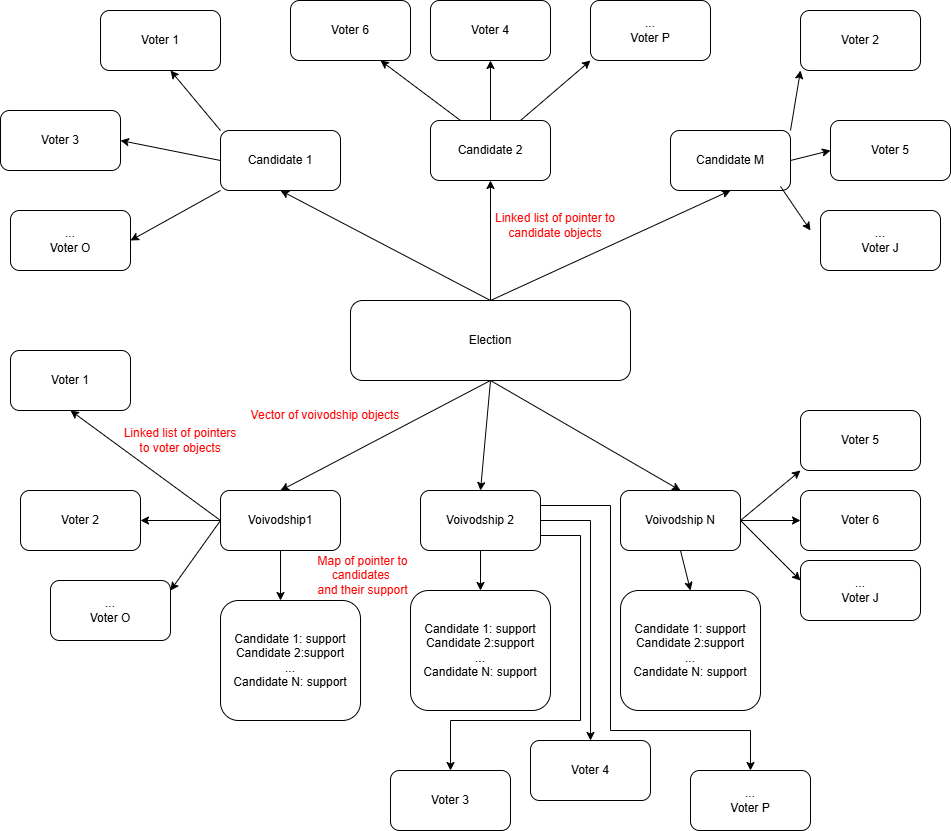
Earlier version of the draw.io export memMap.png (Damian0563/Presidential-election). Source tidied: cells renumbered, new cells last; positions are measured from the earlier drawing's top-left corner, leaving out a move shared by most shapes. Its diagram source:
```xml
<mxGraphModel>
  <root>
    <mxCell id="0" />
    <mxCell id="1" parent="0" />
    <mxCell id="2" value="Election" style="rounded=1;whiteSpace=wrap;html=1;" parent="1" vertex="1">
      <mxGeometry x="350" y="300" width="280" height="80" as="geometry" />
    </mxCell>
    <mxCell id="3" style="endArrow=classic;html=1;rounded=0;exitX=0.5;exitY=1;exitDx=0;exitDy=0;entryX=0.5;entryY=0;entryDx=0;entryDy=0;" parent="1" edge="1" source="2" target="4">
      <mxGeometry relative="1" as="geometry" />
    </mxCell>
    <mxCell id="4" value="Voivodship1" style="rounded=1;whiteSpace=wrap;html=1;" parent="1" vertex="1">
      <mxGeometry x="220" y="490" width="120" height="60" as="geometry" />
    </mxCell>
    <mxCell id="5" value="Voivodship 2" style="rounded=1;whiteSpace=wrap;html=1;" parent="1" vertex="1">
      <mxGeometry x="420" y="490" width="120" height="60" as="geometry" />
    </mxCell>
    <mxCell id="6" style="endArrow=classic;html=1;rounded=0;exitX=0.5;exitY=1;exitDx=0;exitDy=0;entryX=0.5;entryY=0;entryDx=0;entryDy=0;" parent="1" edge="1" source="2" target="5">
      <mxGeometry relative="1" as="geometry" />
    </mxCell>
    <mxCell id="7" value="Voivodship N" style="rounded=1;whiteSpace=wrap;html=1;" parent="1" vertex="1">
      <mxGeometry x="620" y="490" width="120" height="60" as="geometry" />
    </mxCell>
    <mxCell id="8" style="endArrow=classic;html=1;rounded=0;exitX=0.5;exitY=1;exitDx=0;exitDy=0;entryX=0.5;entryY=0;entryDx=0;entryDy=0;" parent="1" edge="1" source="2" target="7">
      <mxGeometry relative="1" as="geometry" />
    </mxCell>
    <mxCell id="9" value="Vector of voivodship objects" style="text;html=1;align=center;verticalAlign=middle;whiteSpace=wrap;rounded=0;fontColor=#FF0000;" parent="1" vertex="1">
      <mxGeometry x="230" y="380" width="190" height="70" as="geometry" />
    </mxCell>
    <mxCell id="10" value="Candidate 1" style="rounded=1;whiteSpace=wrap;html=1;" parent="1" vertex="1">
      <mxGeometry x="220" y="130" width="120" height="60" as="geometry" />
    </mxCell>
    <mxCell id="11" value="Candidate 2" style="rounded=1;whiteSpace=wrap;html=1;" parent="1" vertex="1">
      <mxGeometry x="430" y="120" width="120" height="60" as="geometry" />
    </mxCell>
    <mxCell id="12" value="Candidate M" style="rounded=1;whiteSpace=wrap;html=1;" parent="1" vertex="1">
      <mxGeometry x="670" y="130" width="120" height="60" as="geometry" />
    </mxCell>
    <mxCell id="13" style="endArrow=classic;html=1;rounded=0;entryX=0.5;entryY=1;entryDx=0;entryDy=0;exitX=0.5;exitY=0;exitDx=0;exitDy=0;" parent="1" edge="1" source="2" target="10">
      <mxGeometry relative="1" as="geometry" />
    </mxCell>
    <mxCell id="14" style="endArrow=classic;html=1;rounded=0;exitX=0.5;exitY=0;exitDx=0;exitDy=0;entryX=0.5;entryY=1;entryDx=0;entryDy=0;" parent="1" edge="1" source="2" target="11">
      <mxGeometry relative="1" as="geometry" />
    </mxCell>
    <mxCell id="15" style="endArrow=classic;html=1;rounded=0;exitX=0.5;exitY=0;exitDx=0;exitDy=0;entryX=0.5;entryY=1;entryDx=0;entryDy=0;" parent="1" edge="1" source="2" target="12">
      <mxGeometry relative="1" as="geometry" />
    </mxCell>
    <mxCell id="16" value="&lt;font style=&quot;color: rgb(255, 0, 0);&quot;&gt;Linked list of pointer to candidate objects&lt;/font&gt;" style="text;html=1;align=center;verticalAlign=middle;whiteSpace=wrap;rounded=0;" parent="1" vertex="1">
      <mxGeometry x="480" y="200" width="150" height="50" as="geometry" />
    </mxCell>
    <mxCell id="17" style="endArrow=classic;html=1;rounded=0;exitX=0.5;exitY=1;exitDx=0;exitDy=0;" parent="1" edge="1" source="4">
      <mxGeometry relative="1" as="geometry">
        <mxPoint x="280" y="600" as="targetPoint" />
      </mxGeometry>
    </mxCell>
    <mxCell id="18" style="endArrow=classic;html=1;rounded=0;exitX=0.5;exitY=1;exitDx=0;exitDy=0;" parent="1" edge="1" source="5">
      <mxGeometry relative="1" as="geometry">
        <mxPoint x="480" y="590" as="targetPoint" />
      </mxGeometry>
    </mxCell>
    <mxCell id="19" style="endArrow=classic;html=1;rounded=0;exitX=0.5;exitY=1;exitDx=0;exitDy=0;" parent="1" edge="1" source="7">
      <mxGeometry relative="1" as="geometry">
        <mxPoint x="690" y="590" as="targetPoint" />
      </mxGeometry>
    </mxCell>
    <mxCell id="20" value="Candidate 1: suppor&lt;span style=&quot;background-color: transparent; color: light-dark(rgb(0, 0, 0), rgb(255, 255, 255));&quot;&gt;t&lt;/span&gt;&lt;div&gt;&lt;span style=&quot;background-color: transparent; color: light-dark(rgb(0, 0, 0), rgb(255, 255, 255));&quot;&gt;Candidate 2:support&lt;/span&gt;&lt;/div&gt;&lt;div&gt;...&lt;/div&gt;&lt;div&gt;Candidate N: support&lt;/div&gt;" style="rounded=1;whiteSpace=wrap;html=1;" parent="1" vertex="1">
      <mxGeometry x="220" y="600" width="140" height="120" as="geometry" />
    </mxCell>
    <mxCell id="21" value="Candidate 1: suppor&lt;span style=&quot;background-color: transparent; color: light-dark(rgb(0, 0, 0), rgb(255, 255, 255));&quot;&gt;t&lt;/span&gt;&lt;div&gt;&lt;span style=&quot;background-color: transparent; color: light-dark(rgb(0, 0, 0), rgb(255, 255, 255));&quot;&gt;Candidate 2:support&lt;/span&gt;&lt;/div&gt;&lt;div&gt;...&lt;/div&gt;&lt;div&gt;Candidate N: support&lt;/div&gt;" style="rounded=1;whiteSpace=wrap;html=1;" parent="1" vertex="1">
      <mxGeometry x="410" y="590" width="140" height="120" as="geometry" />
    </mxCell>
    <mxCell id="22" value="Candidate 1: suppor&lt;span style=&quot;background-color: transparent; color: light-dark(rgb(0, 0, 0), rgb(255, 255, 255));&quot;&gt;t&lt;/span&gt;&lt;div&gt;&lt;span style=&quot;background-color: transparent; color: light-dark(rgb(0, 0, 0), rgb(255, 255, 255));&quot;&gt;Candidate 2:support&lt;/span&gt;&lt;/div&gt;&lt;div&gt;...&lt;/div&gt;&lt;div&gt;Candidate N: support&lt;/div&gt;" style="rounded=1;whiteSpace=wrap;html=1;" parent="1" vertex="1">
      <mxGeometry x="620" y="590" width="140" height="120" as="geometry" />
    </mxCell>
    <mxCell id="23" value="&lt;font style=&quot;color: rgb(255, 0, 0);&quot;&gt;Map of pointer to candidates&amp;nbsp;&lt;/font&gt;&lt;div&gt;&lt;font style=&quot;color: rgb(255, 0, 0);&quot;&gt;and their support&lt;/font&gt;&lt;/div&gt;" style="text;html=1;align=center;verticalAlign=middle;whiteSpace=wrap;rounded=0;" parent="1" vertex="1">
      <mxGeometry x="305" y="540" width="115" height="70" as="geometry" />
    </mxCell>
    <mxCell id="24" style="endArrow=classic;html=1;rounded=0;exitX=0;exitY=0.5;exitDx=0;exitDy=0;entryX=0.5;entryY=1;entryDx=0;entryDy=0;" parent="1" edge="1" source="4" target="25">
      <mxGeometry relative="1" as="geometry" />
    </mxCell>
    <mxCell id="25" value="Voter 1" style="rounded=1;whiteSpace=wrap;html=1;" parent="1" vertex="1">
      <mxGeometry x="10" y="350" width="120" height="60" as="geometry" />
    </mxCell>
    <mxCell id="26" style="endArrow=classic;html=1;rounded=0;exitX=0;exitY=0.5;exitDx=0;exitDy=0;" parent="1" edge="1" source="4">
      <mxGeometry relative="1" as="geometry">
        <mxPoint x="140" y="520" as="targetPoint" />
      </mxGeometry>
    </mxCell>
    <mxCell id="27" value="Voter 2" style="rounded=1;whiteSpace=wrap;html=1;" parent="1" vertex="1">
      <mxGeometry x="20" y="490" width="120" height="60" as="geometry" />
    </mxCell>
    <mxCell id="28" style="endArrow=classic;html=1;rounded=0;exitX=0;exitY=0.5;exitDx=0;exitDy=0;" parent="1" edge="1" source="4">
      <mxGeometry relative="1" as="geometry">
        <mxPoint x="170" y="590" as="targetPoint" />
      </mxGeometry>
    </mxCell>
    <mxCell id="29" value="&lt;div&gt;...&lt;/div&gt;Voter O" style="rounded=1;whiteSpace=wrap;html=1;" parent="1" vertex="1">
      <mxGeometry x="50" y="580" width="120" height="60" as="geometry" />
    </mxCell>
    <mxCell id="30" style="endArrow=classic;html=1;rounded=0;exitX=1;exitY=0.5;exitDx=0;exitDy=0;" parent="1" edge="1" source="7">
      <mxGeometry relative="1" as="geometry">
        <mxPoint x="800" y="470" as="targetPoint" />
      </mxGeometry>
    </mxCell>
    <mxCell id="31" value="Voter 5" style="rounded=1;whiteSpace=wrap;html=1;" parent="1" vertex="1">
      <mxGeometry x="800" y="410" width="120" height="60" as="geometry" />
    </mxCell>
    <mxCell id="32" style="endArrow=classic;html=1;rounded=0;exitX=1;exitY=0.5;exitDx=0;exitDy=0;" parent="1" edge="1" source="7">
      <mxGeometry relative="1" as="geometry">
        <mxPoint x="800" y="520" as="targetPoint" />
      </mxGeometry>
    </mxCell>
    <mxCell id="33" value="Voter 6" style="rounded=1;whiteSpace=wrap;html=1;" parent="1" vertex="1">
      <mxGeometry x="800" y="490" width="120" height="60" as="geometry" />
    </mxCell>
    <mxCell id="34" style="endArrow=classic;html=1;rounded=0;exitX=1;exitY=0.5;exitDx=0;exitDy=0;" parent="1" edge="1" source="7">
      <mxGeometry relative="1" as="geometry">
        <mxPoint x="800" y="580" as="targetPoint" />
      </mxGeometry>
    </mxCell>
    <mxCell id="35" value="...&lt;div&gt;Voter J&lt;/div&gt;" style="rounded=1;whiteSpace=wrap;html=1;" parent="1" vertex="1">
      <mxGeometry x="800" y="560" width="120" height="60" as="geometry" />
    </mxCell>
    <mxCell id="36" style="endArrow=classic;html=1;rounded=0;exitX=1;exitY=0.5;exitDx=0;exitDy=0;" parent="1" edge="1" source="5">
      <mxGeometry relative="1" as="geometry">
        <mxPoint x="590" y="740" as="targetPoint" />
        <Array as="points">
          <mxPoint x="590" y="520" />
        </Array>
      </mxGeometry>
    </mxCell>
    <mxCell id="37" value="Voter 4" style="rounded=1;whiteSpace=wrap;html=1;" parent="1" vertex="1">
      <mxGeometry x="530" y="740" width="120" height="60" as="geometry" />
    </mxCell>
    <mxCell id="38" style="endArrow=classic;html=1;rounded=0;exitX=1;exitY=0.75;exitDx=0;exitDy=0;" parent="1" edge="1" source="5">
      <mxGeometry relative="1" as="geometry">
        <mxPoint x="450" y="770" as="targetPoint" />
        <Array as="points">
          <mxPoint x="580" y="535" />
          <mxPoint x="580" y="720" />
          <mxPoint x="450" y="720" />
        </Array>
      </mxGeometry>
    </mxCell>
    <mxCell id="39" value="Voter 3" style="rounded=1;whiteSpace=wrap;html=1;" parent="1" vertex="1">
      <mxGeometry x="390" y="770" width="120" height="60" as="geometry" />
    </mxCell>
    <mxCell id="40" style="endArrow=classic;html=1;rounded=0;exitX=1;exitY=0.25;exitDx=0;exitDy=0;" parent="1" edge="1" source="5">
      <mxGeometry relative="1" as="geometry">
        <mxPoint x="750" y="770" as="targetPoint" />
        <Array as="points">
          <mxPoint x="610" y="505" />
          <mxPoint x="610" y="730" />
          <mxPoint x="750" y="730" />
        </Array>
      </mxGeometry>
    </mxCell>
    <mxCell id="41" value="...&lt;div&gt;Voter P&lt;/div&gt;" style="rounded=1;whiteSpace=wrap;html=1;" parent="1" vertex="1">
      <mxGeometry x="690" y="770" width="120" height="60" as="geometry" />
    </mxCell>
    <mxCell id="42" value="&lt;font style=&quot;color: light-dark(rgb(255, 0, 0), transparent);&quot;&gt;Linked list of pointers to voter objects&lt;/font&gt;" style="text;html=1;align=center;verticalAlign=middle;whiteSpace=wrap;rounded=0;" parent="1" vertex="1">
      <mxGeometry x="120" y="410" width="120" height="60" as="geometry" />
    </mxCell>
    <mxCell id="43" style="endArrow=classic;html=1;rounded=0;exitX=0;exitY=0;exitDx=0;exitDy=0;" parent="1" edge="1" source="10">
      <mxGeometry relative="1" as="geometry">
        <mxPoint x="170" y="70" as="targetPoint" />
      </mxGeometry>
    </mxCell>
    <mxCell id="44" value="Voter 1" style="rounded=1;whiteSpace=wrap;html=1;" parent="1" vertex="1">
      <mxGeometry x="100" y="10" width="120" height="60" as="geometry" />
    </mxCell>
    <mxCell id="45" style="endArrow=classic;html=1;rounded=0;exitX=0;exitY=0.5;exitDx=0;exitDy=0;" parent="1" edge="1" source="10">
      <mxGeometry relative="1" as="geometry">
        <mxPoint x="120" y="140" as="targetPoint" />
      </mxGeometry>
    </mxCell>
    <mxCell id="46" value="Voter 3" style="rounded=1;whiteSpace=wrap;html=1;" parent="1" vertex="1">
      <mxGeometry y="110" width="120" height="60" as="geometry" />
    </mxCell>
    <mxCell id="47" value="&lt;div&gt;...&lt;/div&gt;Voter O" style="rounded=1;whiteSpace=wrap;html=1;" parent="1" vertex="1">
      <mxGeometry x="10" y="210" width="120" height="60" as="geometry" />
    </mxCell>
    <mxCell id="48" style="endArrow=classic;html=1;rounded=0;exitX=0;exitY=1;exitDx=0;exitDy=0;entryX=1;entryY=0.5;entryDx=0;entryDy=0;" parent="1" edge="1" source="10" target="47">
      <mxGeometry relative="1" as="geometry" />
    </mxCell>
    <mxCell id="49" style="endArrow=classic;html=1;rounded=0;exitX=0.5;exitY=0;exitDx=0;exitDy=0;" parent="1" edge="1" source="11">
      <mxGeometry relative="1" as="geometry">
        <mxPoint x="490" y="60" as="targetPoint" />
      </mxGeometry>
    </mxCell>
    <mxCell id="50" value="Voter 4" style="rounded=1;whiteSpace=wrap;html=1;" parent="1" vertex="1">
      <mxGeometry x="430" width="120" height="60" as="geometry" />
    </mxCell>
    <mxCell id="51" style="endArrow=classic;html=1;rounded=0;exitX=0.25;exitY=0;exitDx=0;exitDy=0;" parent="1" edge="1" source="11">
      <mxGeometry relative="1" as="geometry">
        <mxPoint x="380" y="60" as="targetPoint" />
      </mxGeometry>
    </mxCell>
    <mxCell id="52" value="Voter 6" style="rounded=1;whiteSpace=wrap;html=1;" parent="1" vertex="1">
      <mxGeometry x="290" width="120" height="60" as="geometry" />
    </mxCell>
    <mxCell id="53" style="endArrow=classic;html=1;rounded=0;exitX=0.75;exitY=0;exitDx=0;exitDy=0;" parent="1" edge="1" source="11">
      <mxGeometry relative="1" as="geometry">
        <mxPoint x="590" y="60" as="targetPoint" />
      </mxGeometry>
    </mxCell>
    <mxCell id="54" value="...&lt;div&gt;Voter P&lt;/div&gt;" style="rounded=1;whiteSpace=wrap;html=1;" parent="1" vertex="1">
      <mxGeometry x="590" width="120" height="60" as="geometry" />
    </mxCell>
    <mxCell id="55" style="endArrow=classic;html=1;rounded=0;exitX=1;exitY=0;exitDx=0;exitDy=0;" parent="1" edge="1" source="12">
      <mxGeometry relative="1" as="geometry">
        <mxPoint x="800" y="70" as="targetPoint" />
      </mxGeometry>
    </mxCell>
    <mxCell id="56" value="Voter 2" style="rounded=1;whiteSpace=wrap;html=1;" parent="1" vertex="1">
      <mxGeometry x="800" y="10" width="120" height="60" as="geometry" />
    </mxCell>
    <mxCell id="57" style="endArrow=classic;html=1;rounded=0;exitX=1;exitY=0.5;exitDx=0;exitDy=0;" parent="1" edge="1" source="12">
      <mxGeometry relative="1" as="geometry">
        <mxPoint x="830" y="150" as="targetPoint" />
      </mxGeometry>
    </mxCell>
    <mxCell id="58" value="Voter 5" style="rounded=1;whiteSpace=wrap;html=1;" parent="1" vertex="1">
      <mxGeometry x="830" y="120" width="120" height="60" as="geometry" />
    </mxCell>
    <mxCell id="59" style="endArrow=classic;html=1;rounded=0;exitX=0.917;exitY=0.933;exitDx=0;exitDy=0;exitPerimeter=0;" parent="1" edge="1" source="12">
      <mxGeometry relative="1" as="geometry">
        <mxPoint x="810" y="230" as="targetPoint" />
      </mxGeometry>
    </mxCell>
    <mxCell id="60" value="...&lt;div&gt;Voter J&lt;/div&gt;" style="rounded=1;whiteSpace=wrap;html=1;" parent="1" vertex="1">
      <mxGeometry x="820" y="210" width="120" height="60" as="geometry" />
    </mxCell>
  </root>
</mxGraphModel>
```
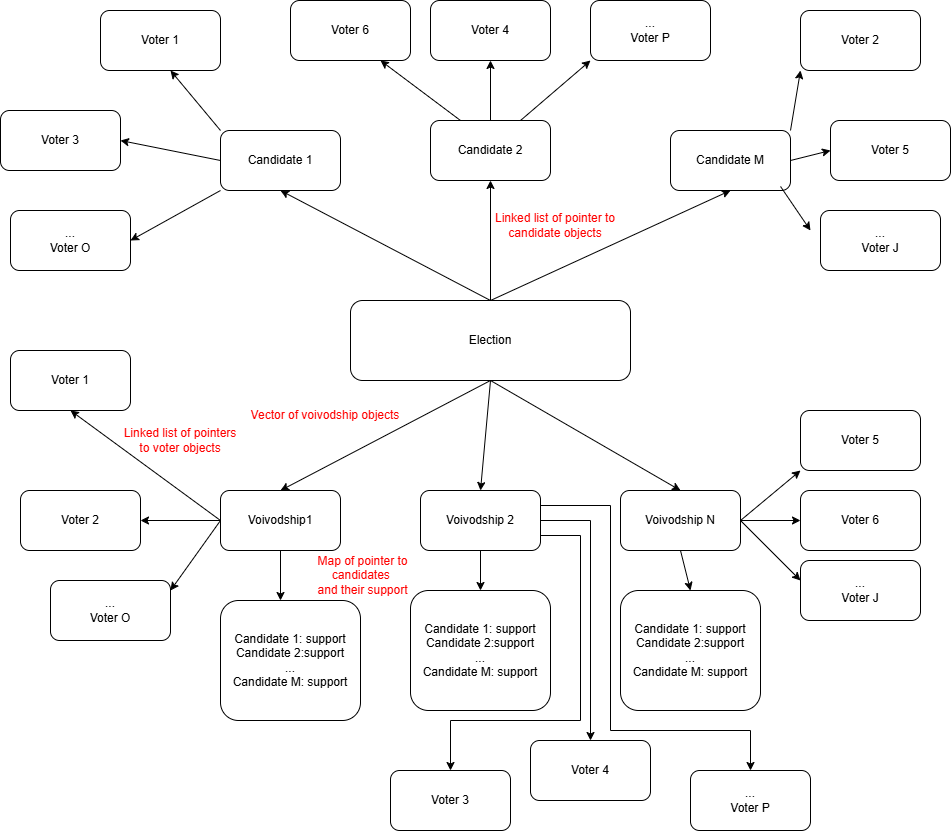
After the change.

The edit, as a diff of the source:
```diff
@@ -62,13 +62,13 @@
         <mxPoint x="690" y="590" as="targetPoint" />
       </mxGeometry>
     </mxCell>
-    <mxCell id="20" value="Candidate 1: suppor&lt;span style=&quot;background-color: transparent; color: light-dark(rgb(0, 0, 0), rgb(255, 255, 255));&quot;&gt;t&lt;/span&gt;&lt;div&gt;&lt;span style=&quot;background-color: transparent; color: light-dark(rgb(0, 0, 0), rgb(255, 255, 255));&quot;&gt;Candidate 2:support&lt;/span&gt;&lt;/div&gt;&lt;div&gt;...&lt;/div&gt;&lt;div&gt;Candidate N: support&lt;/div&gt;" style="rounded=1;whiteSpace=wrap;html=1;" parent="1" vertex="1">
+    <mxCell id="20" value="Candidate 1: suppor&lt;span style=&quot;background-color: transparent; color: light-dark(rgb(0, 0, 0), rgb(255, 255, 255));&quot;&gt;t&lt;/span&gt;&lt;div&gt;&lt;span style=&quot;background-color: transparent; color: light-dark(rgb(0, 0, 0), rgb(255, 255, 255));&quot;&gt;Candidate 2:support&lt;/span&gt;&lt;/div&gt;&lt;div&gt;...&lt;/div&gt;&lt;div&gt;Candidate M: support&lt;/div&gt;" style="rounded=1;whiteSpace=wrap;html=1;" parent="1" vertex="1">
       <mxGeometry x="220" y="600" width="140" height="120" as="geometry" />
     </mxCell>
-    <mxCell id="21" value="Candidate 1: suppor&lt;span style=&quot;background-color: transparent; color: light-dark(rgb(0, 0, 0), rgb(255, 255, 255));&quot;&gt;t&lt;/span&gt;&lt;div&gt;&lt;span style=&quot;background-color: transparent; color: light-dark(rgb(0, 0, 0), rgb(255, 255, 255));&quot;&gt;Candidate 2:support&lt;/span&gt;&lt;/div&gt;&lt;div&gt;...&lt;/div&gt;&lt;div&gt;Candidate N: support&lt;/div&gt;" style="rounded=1;whiteSpace=wrap;html=1;" parent="1" vertex="1">
+    <mxCell id="21" value="Candidate 1: suppor&lt;span style=&quot;background-color: transparent; color: light-dark(rgb(0, 0, 0), rgb(255, 255, 255));&quot;&gt;t&lt;/span&gt;&lt;div&gt;&lt;span style=&quot;background-color: transparent; color: light-dark(rgb(0, 0, 0), rgb(255, 255, 255));&quot;&gt;Candidate 2:support&lt;/span&gt;&lt;/div&gt;&lt;div&gt;...&lt;/div&gt;&lt;div&gt;Candidate M: support&lt;/div&gt;" style="rounded=1;whiteSpace=wrap;html=1;" parent="1" vertex="1">
       <mxGeometry x="410" y="590" width="140" height="120" as="geometry" />
     </mxCell>
-    <mxCell id="22" value="Candidate 1: suppor&lt;span style=&quot;background-color: transparent; color: light-dark(rgb(0, 0, 0), rgb(255, 255, 255));&quot;&gt;t&lt;/span&gt;&lt;div&gt;&lt;span style=&quot;background-color: transparent; color: light-dark(rgb(0, 0, 0), rgb(255, 255, 255));&quot;&gt;Candidate 2:support&lt;/span&gt;&lt;/div&gt;&lt;div&gt;...&lt;/div&gt;&lt;div&gt;Candidate N: support&lt;/div&gt;" style="rounded=1;whiteSpace=wrap;html=1;" parent="1" vertex="1">
+    <mxCell id="22" value="Candidate 1: suppor&lt;span style=&quot;background-color: transparent; color: light-dark(rgb(0, 0, 0), rgb(255, 255, 255));&quot;&gt;t&lt;/span&gt;&lt;div&gt;&lt;span style=&quot;background-color: transparent; color: light-dark(rgb(0, 0, 0), rgb(255, 255, 255));&quot;&gt;Candidate 2:support&lt;/span&gt;&lt;/div&gt;&lt;div&gt;...&lt;/div&gt;&lt;div&gt;Candidate M: support&lt;/div&gt;" style="rounded=1;whiteSpace=wrap;html=1;" parent="1" vertex="1">
       <mxGeometry x="620" y="590" width="140" height="120" as="geometry" />
     </mxCell>
     <mxCell id="23" value="&lt;font style=&quot;color: rgb(255, 0, 0);&quot;&gt;Map of pointer to candidates&amp;nbsp;&lt;/font&gt;&lt;div&gt;&lt;font style=&quot;color: rgb(255, 0, 0);&quot;&gt;and their support&lt;/font&gt;&lt;/div&gt;" style="text;html=1;align=center;verticalAlign=middle;whiteSpace=wrap;rounded=0;" parent="1" vertex="1">
```
